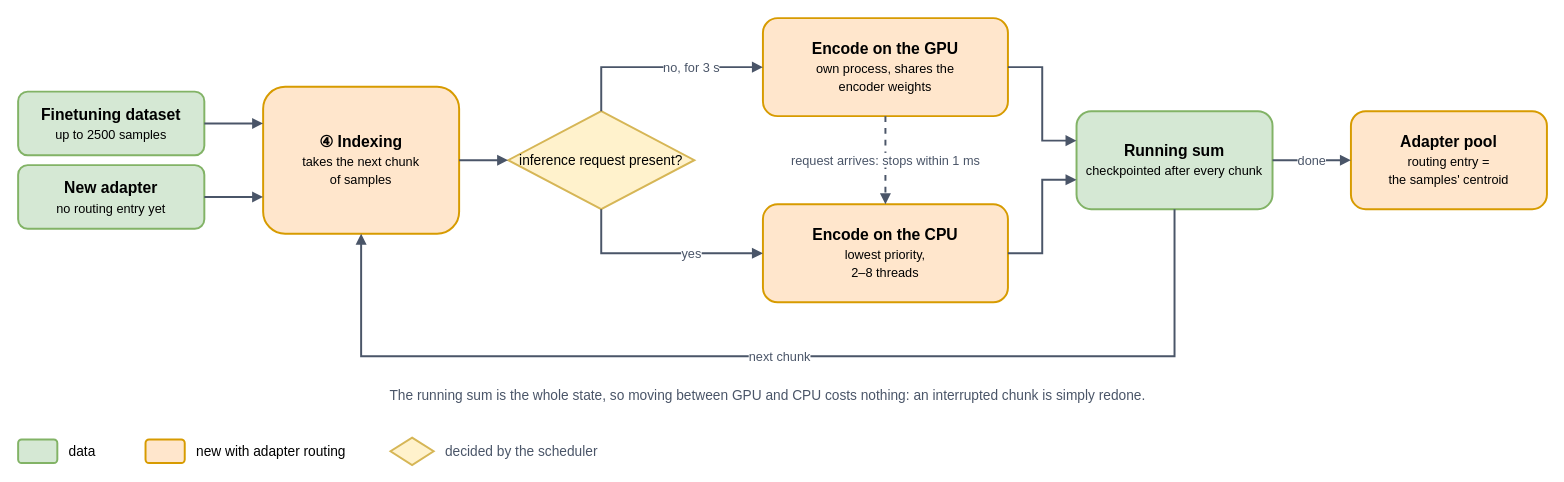
Before: page "indexing" (6 of 14) of docs/figures/scheduling/all-scheduling-diagrams.drawio in 852866031/DeltaServe-vLLM, a draw.io diagram. Source tidied: cells renumbered, new cells numbered last; positions are measured from the earlier drawing's top-left corner, leaving out a move shared by most shapes. Both pictures are drawn from the tidied source at 98%, with x=0, y=0 at pixel (18, 18).
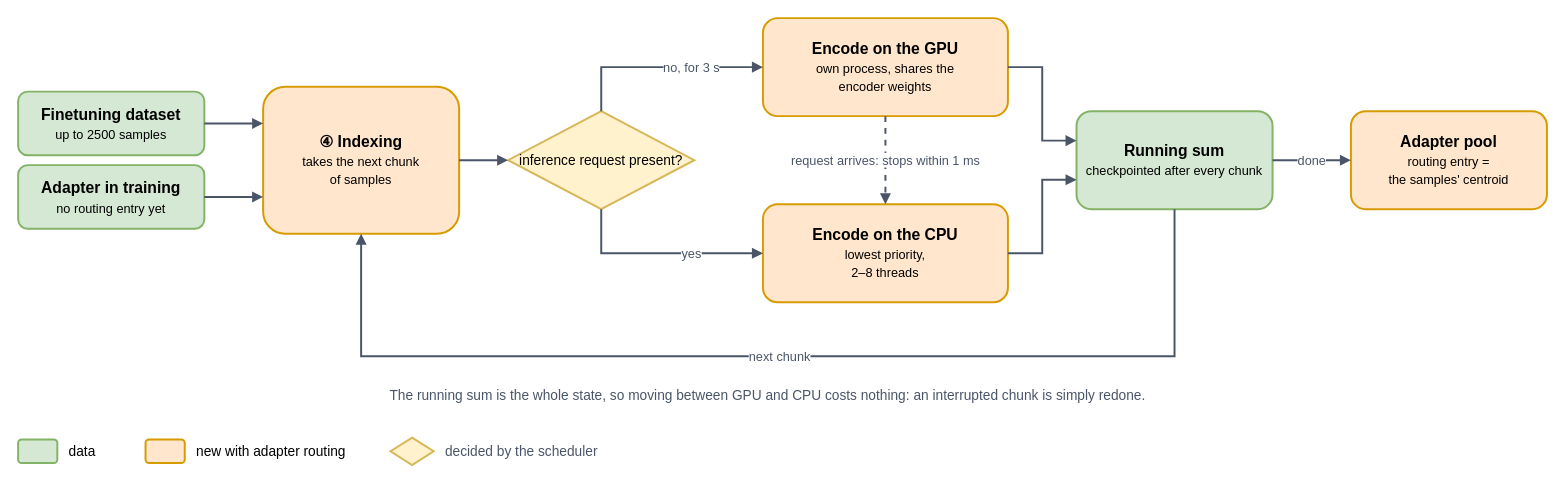
The same page after the edit.

Commit message (it also covers changes not shown here):
docs: indexing runs in parallel with training (lifecycle, indexing, handover figures + text); lifecycle inputs in the left column

The edit, as a diff of the source:
```diff
@@
-    <mxCell id="3" value="&lt;b&gt;New adapter&lt;/b&gt;&lt;br&gt;&lt;font style=&quot;font-size:13px&quot;&gt;no routing entry yet&lt;/font&gt;" style="rounded=1;whiteSpace=wrap;html=1;fontSize=16;fillColor=#D5E8D4;strokeColor=#82B366;strokeWidth=2;" parent="1" vertex="1">
+    <mxCell id="3" value="&lt;b&gt;Adapter in training&lt;/b&gt;&lt;br&gt;&lt;font style=&quot;font-size:13px&quot;&gt;no routing entry yet&lt;/font&gt;" style="rounded=1;whiteSpace=wrap;html=1;fontSize=16;fillColor=#D5E8D4;strokeColor=#82B366;strokeWidth=2;" parent="1" vertex="1">
       <mxGeometry y="150" width="190" height="65" as="geometry" />
     </mxCell>
```
